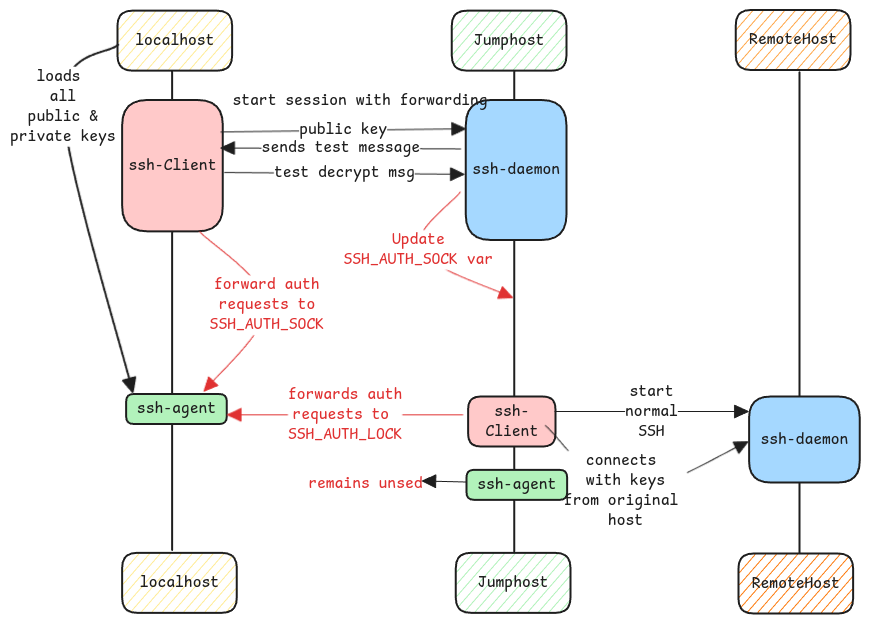
Above: static/img/ssh-agent.excalidraw.png in swaroopar/inprogress-engineer (Excalidraw), before the change. Source tidied: one line per element, renumbered; positions are measured from the earlier drawing's top-left corner, leaving out a move shared by most shapes.
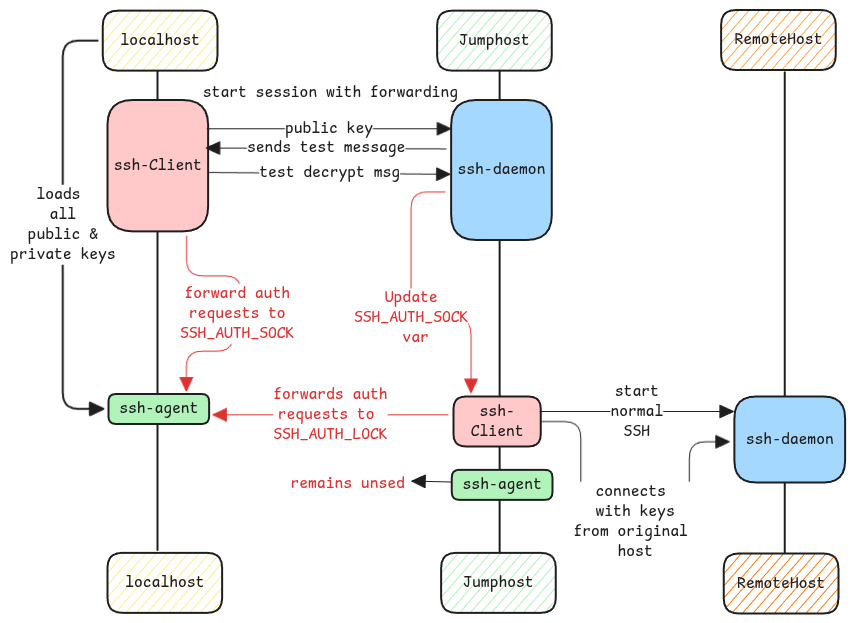
Later version of the same file.

Diff of the diagram source:
```diff
@@ -15,23 +15,23 @@
 {"id": 14, "type": "line", "strokeColor": "#1e1e1e", "strokeWidth": 2, "roughness": 0, "endArrowhead": "triangle", "round": true, "x": 789, "y": 62, "width": 0, "height": 481, "points": [[0, 0], [0, 481]]}
 {"id": 15, "type": "rectangle", "strokeColor": "#1e1e1e", "backgroundColor": "#ffc9c9", "fillStyle": "solid", "strokeWidth": 2, "roughness": 0, "round": true, "x": 112, "y": 90, "width": 101, "height": 131}
 {"id": 16, "type": "text", "text": "ssh-Client", "strokeColor": "#1e1e1e", "backgroundColor": "#ffc9c9", "fillStyle": "solid", "strokeWidth": 2, "roughness": 1, "fontSize": 16, "fontFamily": 8, "textAlign": "center", "verticalAlign": "middle", "inside": 15, "x": 118, "y": 146, "width": 88, "height": 20}
-{"id": 17, "type": "rectangle", "strokeColor": "#1e1e1e", "backgroundColor": "#b2f2bb", "fillStyle": "solid", "strokeWidth": 2, "roughness": 0, "round": true, "x": 116, "y": 384, "width": 101, "height": 30}
+{"id": 17, "type": "rectangle", "strokeColor": "#1e1e1e", "backgroundColor": "#b2f2bb", "fillStyle": "solid", "strokeWidth": 2, "roughness": 0, "round": true, "x": 113, "y": 384, "width": 101, "height": 30}
-{"id": 18, "type": "text", "text": "ssh-agent", "strokeColor": "#1e1e1e", "backgroundColor": "#ffc9c9", "fillStyle": "solid", "strokeWidth": 2, "roughness": 1, "fontSize": 16, "fontFamily": 8, "textAlign": "center", "verticalAlign": "middle", "inside": 17, "x": 127, "y": 389, "width": 79, "height": 20}
+{"id": 18, "type": "text", "text": "ssh-agent", "strokeColor": "#1e1e1e", "backgroundColor": "#ffc9c9", "fillStyle": "solid", "strokeWidth": 2, "roughness": 1, "fontSize": 16, "fontFamily": 8, "textAlign": "center", "verticalAlign": "middle", "inside": 17, "x": 124, "y": 389, "width": 79, "height": 20}
-{"id": 19, "type": "arrow", "strokeColor": "#1e1e1e", "backgroundColor": "#ffc9c9", "fillStyle": "solid", "strokeWidth": 2, "roughness": 0, "endArrowhead": "triangle", "round": true, "to": 17, "x": 108, "y": 35, "width": 70, "height": 347, "points": [[0, 0], [-55, 62], [15, 347]]}
+{"id": 19, "type": "arrow", "strokeColor": "#1e1e1e", "backgroundColor": "#ffc9c9", "fillStyle": "solid", "strokeWidth": 2, "roughness": 0, "endArrowhead": "triangle", "from": 0, "to": 17, "x": 102, "y": 31, "width": 41, "height": 368, "points": [[0, 0], [-35, 0], [-35, 368], [6, 368]]}
 {"id": 20, "type": "text", "text": "loads \nall\npublic &\nprivate keys", "strokeColor": "#1e1e1e", "backgroundColor": "#ffc9c9", "fillStyle": "solid", "strokeWidth": 2, "roughness": 1, "fontSize": 16, "fontFamily": 8, "textAlign": "center", "verticalAlign": "middle", "inside": 19, "x": 0, "y": 57, "width": 106, "height": 80}
 {"id": 21, "type": "rectangle", "strokeColor": "#1e1e1e", "backgroundColor": "#a5d8ff", "fillStyle": "solid", "strokeWidth": 2, "roughness": 0, "round": true, "x": 456, "y": 90, "width": 101, "height": 140}
 {"id": 22, "type": "text", "text": "ssh-daemon", "strokeColor": "#1e1e1e", "backgroundColor": "#ffc9c9", "fillStyle": "solid", "strokeWidth": 2, "roughness": 1, "fontSize": 16, "fontFamily": 8, "textAlign": "center", "verticalAlign": "middle", "inside": 21, "x": 462, "y": 150, "width": 88, "height": 20}
-{"id": 23, "type": "arrow", "strokeColor": "#1e1e1e", "backgroundColor": "#ffc9c9", "fillStyle": "solid", "strokeWidth": 1, "roughness": 0, "endArrowhead": "triangle", "round": true, "to": 21, "x": 211, "y": 122, "width": 245, "height": 3, "points": [[0, 0], [245, -3]]}
+{"id": 23, "type": "arrow", "strokeColor": "#1e1e1e", "backgroundColor": "#ffc9c9", "fillStyle": "solid", "strokeWidth": 1, "roughness": 0, "endArrowhead": "triangle", "to": 21, "x": 212, "y": 119, "width": 244, "height": 0, "points": [[0, 0], [244, 0]]}
 {"id": 24, "type": "text", "text": "public key", "strokeColor": "#1e1e1e", "backgroundColor": "#ffc9c9", "fillStyle": "solid", "strokeWidth": 2, "roughness": 1, "fontSize": 16, "fontFamily": 8, "textAlign": "center", "verticalAlign": "middle", "inside": 23, "x": 289, "y": 110, "width": 88, "height": 20}
 {"id": 25, "type": "arrow", "strokeColor": "#1e1e1e", "backgroundColor": "#ffc9c9", "fillStyle": "solid", "strokeWidth": 1, "roughness": 0, "endArrowhead": "triangle", "round": true, "from": 21, "x": 451, "y": 139, "width": 240, "height": 1, "points": [[0, 0], [-240, -1]]}
 {"id": 26, "type": "text", "text": "sends test message", "strokeColor": "#1e1e1e", "backgroundColor": "#ffc9c9", "fillStyle": "solid", "strokeWidth": 1, "roughness": 0, "fontSize": 16, "fontFamily": 8, "textAlign": "center", "verticalAlign": "middle", "inside": 25, "x": 252, "y": 128, "width": 158, "height": 20}
-{"id": 27, "type": "arrow", "strokeColor": "#1e1e1e", "backgroundColor": "#ffc9c9", "fillStyle": "solid", "strokeWidth": 1, "roughness": 0, "endArrowhead": "triangle", "round": true, "from": 15, "to": 21, "x": 214, "y": 162, "width": 240, "height": 2, "points": [[0, 0], [240, 2]]}
+{"id": 27, "type": "arrow", "strokeColor": "#1e1e1e", "backgroundColor": "#ffc9c9", "fillStyle": "solid", "strokeWidth": 1, "roughness": 0, "endArrowhead": "triangle", "round": true, "from": 15, "to": 21, "x": 214, "y": 162, "width": 241, "height": 2, "points": [[0, 0], [241, 2]]}
 {"id": 28, "type": "text", "text": "test decrypt msg", "strokeColor": "#1e1e1e", "backgroundColor": "#ffc9c9", "fillStyle": "solid", "strokeWidth": 1, "roughness": 0, "fontSize": 16, "fontFamily": 8, "textAlign": "center", "verticalAlign": "middle", "inside": 27, "x": 264, "y": 153, "width": 141, "height": 20}
-{"id": 29, "type": "arrow", "strokeColor": "#e03131", "backgroundColor": "#ffc9c9", "fillStyle": "solid", "strokeWidth": 1, "roughness": 0, "endArrowhead": "triangle", "round": true, "from": 15, "to": 17, "x": 190, "y": 222, "width": 67, "height": 160, "points": [[0, 0], [67, 74], [4, 160]]}
+{"id": 29, "type": "arrow", "strokeColor": "#e03131", "backgroundColor": "#ffc9c9", "fillStyle": "solid", "strokeWidth": 1, "roughness": 0, "endArrowhead": "triangle", "from": 15, "to": 17, "x": 191, "y": 226, "width": 55, "height": 155, "points": [[0, 0], [0, 40], [55, 40], [55, 78], [47, 78], [47, 115], [0, 115], [0, 155]]}
-{"id": 30, "type": "text", "text": "forward auth\nrequests to\nSSH_AUTH_SOCK", "strokeColor": "#e03131", "backgroundColor": "#ffc9c9", "fillStyle": "solid", "strokeWidth": 1, "roughness": 0, "fontSize": 16, "fontFamily": 8, "textAlign": "center", "verticalAlign": "middle", "inside": 29, "x": 200, "y": 265, "width": 114, "height": 60}
+{"id": 30, "type": "text", "text": "forward auth\nrequests to\nSSH_AUTH_SOCK", "strokeColor": "#e03131", "backgroundColor": "#ffc9c9", "fillStyle": "solid", "strokeWidth": 1, "roughness": 0, "fontSize": 16, "fontFamily": 8, "textAlign": "center", "verticalAlign": "middle", "inside": 29, "x": 140, "y": 274, "width": 114, "height": 60}
-{"id": 31, "type": "text", "text": "start session with forwarding", "strokeColor": "#1e1e1e", "backgroundColor": "#ffc9c9", "fillStyle": "solid", "strokeWidth": 1, "roughness": 0, "fontSize": 16, "fontFamily": 8, "x": 222, "y": 81, "width": 255, "height": 20}
+{"id": 31, "type": "text", "text": "start session with forwarding", "strokeColor": "#1e1e1e", "backgroundColor": "#ffc9c9", "fillStyle": "solid", "strokeWidth": 1, "roughness": 0, "fontSize": 16, "fontFamily": 8, "x": 207, "y": 73, "width": 255, "height": 20}
-{"id": 32, "type": "arrow", "strokeColor": "#e03131", "backgroundColor": "#ffc9c9", "fillStyle": "solid", "strokeWidth": 1, "roughness": 0, "endArrowhead": "triangle", "round": true, "from": 21, "x": 450, "y": 182, "width": 94, "height": 106, "points": [[0, 0], [-42, 58], [52, 106]]}
+{"id": 32, "type": "arrow", "strokeColor": "#e03131", "backgroundColor": "#ffc9c9", "fillStyle": "solid", "strokeWidth": 1, "roughness": 0, "endArrowhead": "triangle", "from": 21, "to": 34, "x": 450, "y": 182, "width": 60, "height": 201, "points": [[0, 0], [-34, 0], [-34, 126], [26, 126], [26, 201]]}
-{"id": 33, "type": "text", "text": "Update\nSSH_AUTH_SOCK var", "strokeColor": "#e03131", "backgroundColor": "#ffc9c9", "fillStyle": "solid", "strokeWidth": 1, "roughness": 0, "fontSize": 16, "fontFamily": 8, "textAlign": "center", "verticalAlign": "middle", "inside": 32, "x": 334, "y": 220, "width": 150, "height": 40}
+{"id": 33, "type": "text", "text": "Update\nSSH_AUTH_SOCK\n var", "strokeColor": "#e03131", "backgroundColor": "#ffc9c9", "fillStyle": "solid", "strokeWidth": 1, "roughness": 0, "fontSize": 16, "fontFamily": 8, "textAlign": "center", "verticalAlign": "middle", "inside": 32, "x": 359, "y": 240, "width": 114, "height": 60}
 {"id": 34, "type": "rectangle", "strokeColor": "#1e1e1e", "backgroundColor": "#ffc9c9", "fillStyle": "solid", "strokeWidth": 2, "roughness": 0, "round": true, "x": 458, "y": 387, "width": 87, "height": 50}
 {"id": 35, "type": "text", "text": "ssh-\nClient", "strokeColor": "#1e1e1e", "backgroundColor": "#ffc9c9", "fillStyle": "solid", "strokeWidth": 2, "roughness": 1, "fontSize": 16, "fontFamily": 8, "textAlign": "center", "verticalAlign": "middle", "inside": 34, "x": 475, "y": 392, "width": 53, "height": 40}
 {"id": 36, "type": "rectangle", "strokeColor": "#1e1e1e", "backgroundColor": "#a5d8ff", "fillStyle": "solid", "strokeWidth": 2, "roughness": 0, "round": true, "x": 739, "y": 387, "width": 111, "height": 86}
@@ -42,7 +42,7 @@
 {"id": 41, "type": "text", "text": "start\nnormal\nSSH", "strokeColor": "#1e1e1e", "backgroundColor": "#ffc9c9", "fillStyle": "solid", "strokeWidth": 1, "roughness": 0, "fontSize": 16, "fontFamily": 8, "textAlign": "center", "verticalAlign": "middle", "inside": 40, "x": 615, "y": 372, "width": 53, "height": 60}
 {"id": 42, "type": "arrow", "strokeColor": "#e03131", "backgroundColor": "#ffc9c9", "fillStyle": "solid", "strokeWidth": 1, "roughness": 0, "endArrowhead": "triangle", "round": true, "x": 453, "y": 405, "width": 235, "height": 0, "points": [[0, 0], [-235, 0]]}
 {"id": 43, "type": "text", "text": "forwards auth\nrequests to \nSSH_AUTH_LOCK", "strokeColor": "#e03131", "backgroundColor": "#ffc9c9", "fillStyle": "solid", "strokeWidth": 1, "roughness": 0, "fontSize": 16, "fontFamily": 8, "textAlign": "center", "verticalAlign": "middle", "inside": 42, "x": 278, "y": 375, "width": 114, "height": 60}
-{"id": 44, "type": "arrow", "strokeColor": "#1e1e1e", "backgroundColor": "#b2f2bb", "fillStyle": "solid", "strokeWidth": 1, "roughness": 0, "endArrowhead": "triangle", "round": true, "x": 535, "y": 416, "width": 203, "height": 65, "points": [[0, 0], [80, 65], [203, 16]]}
+{"id": 44, "type": "arrow", "strokeColor": "#1e1e1e", "backgroundColor": "#b2f2bb", "fillStyle": "solid", "strokeWidth": 1, "roughness": 0, "endArrowhead": "triangle", "from": 34, "to": 36, "x": 545, "y": 412, "width": 189, "height": 100, "points": [[0, 0], [40, 0], [40, 100], [149, 100], [149, 20], [189, 20]]}
 {"id": 45, "type": "text", "text": "connects \nwith keys\nfrom original \nhost", "strokeColor": "#1e1e1e", "backgroundColor": "#b2f2bb", "fillStyle": "solid", "strokeWidth": 1, "roughness": 0, "fontSize": 16, "fontFamily": 8, "textAlign": "center", "verticalAlign": "middle", "inside": 44, "x": 554, "y": 441, "width": 123, "height": 80}
-{"id": 46, "type": "text", "text": "remains unsed", "strokeColor": "#e03131", "backgroundColor": "#ffec99", "fillStyle": "hachure", "strokeWidth": 1, "roughness": 0, "fontSize": 16, "fontFamily": 8, "x": 298, "y": 464, "width": 114, "height": 20}
+{"id": 46, "type": "text", "text": "remains unsed", "strokeColor": "#e03131", "backgroundColor": "#ffec99", "fillStyle": "hachure", "strokeWidth": 1, "roughness": 0, "fontSize": 16, "fontFamily": 8, "x": 295, "y": 464, "width": 114, "height": 20}
-{"id": 47, "type": "arrow", "strokeColor": "#1e1e1e", "backgroundColor": "#ffec99", "fillStyle": "hachure", "strokeWidth": 1, "roughness": 0, "endArrowhead": "triangle", "round": true, "to": 46, "x": 455, "y": 472, "width": 43, "height": 1, "points": [[0, 0], [-43, -1]]}
+{"id": 47, "type": "arrow", "strokeColor": "#1e1e1e", "backgroundColor": "#ffec99", "fillStyle": "hachure", "strokeWidth": 1, "roughness": 0, "endArrowhead": "triangle", "round": true, "to": 46, "x": 455, "y": 472, "width": 39, "height": 1, "points": [[0, 0], [-39, -1]]}
```
